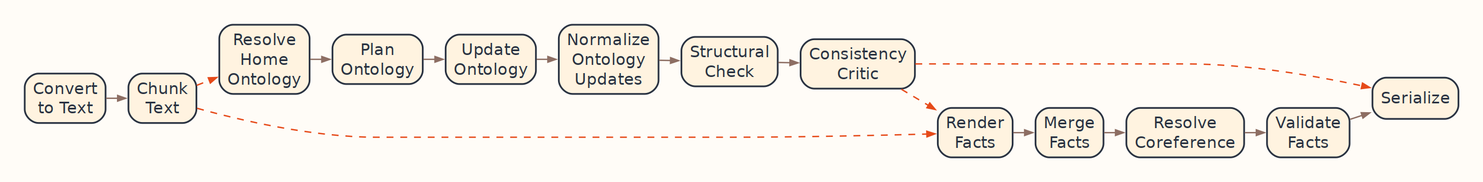
This is docs/assets/graph.lr.png from growgraph/ontocast, a Mermaid export, as it was before one commit. Its source is kept beside it as docs/assets/graph.mmd. Source of this version:
```mermaid
---
config:
  flowchart:
    curve: linear
    htmlLabels: true
    useMaxWidth: true
  look: handDrawn
  theme: base
  themeVariables:
    fontFamily: '''Architects Daughter'', cursive'
    fontSize: 20px
    lineColor: '#FFAB91'
    primaryBorderColor: '#143642'
    primaryColor: '#FFF3E0'
    primaryTextColor: '#372237'
---
graph TD;
	__start__([<p>__start__</p>]):::first
	Convert\20to\20Text(Convert to Text)
	Chunk\20Text(Chunk Text)
	Resolve\20Home\20Ontology(Resolve Home Ontology)
	Plan\20Ontology(Plan Ontology)
	Update\20Ontology(Update Ontology)
	Normalize\20Ontology\20Updates(Normalize Ontology Updates)
	Render\20Facts(Render Facts)
	Merge\20Facts(Merge Facts)
	Resolve\20Coreference(Resolve Coreference)
	Validate\20Facts(Validate Facts)
	Structural\20Check(Structural Check)
	Consistency\20Critic(Consistency Critic)
	Serialize(Serialize)
	__end__([<p>__end__</p>]):::last
	Chunk\20Text -.-> Render\20Facts;
	Chunk\20Text -.-> Resolve\20Home\20Ontology;
	Consistency\20Critic -.-> Render\20Facts;
	Consistency\20Critic -.-> Serialize;
	Convert\20to\20Text --> Chunk\20Text;
	Merge\20Facts --> Resolve\20Coreference;
	Normalize\20Ontology\20Updates --> Structural\20Check;
	Plan\20Ontology --> Update\20Ontology;
	Render\20Facts --> Merge\20Facts;
	Resolve\20Coreference --> Validate\20Facts;
	Resolve\20Home\20Ontology --> Plan\20Ontology;
	Structural\20Check --> Consistency\20Critic;
	Update\20Ontology --> Normalize\20Ontology\20Updates;
	Validate\20Facts --> Serialize;
	__start__ --> Convert\20to\20Text;
	Serialize --> __end__;
	classDef default fill:#f2f0ff,line-height:1.2
	classDef first fill-opacity:0
	classDef last fill:#bfb6fc
```
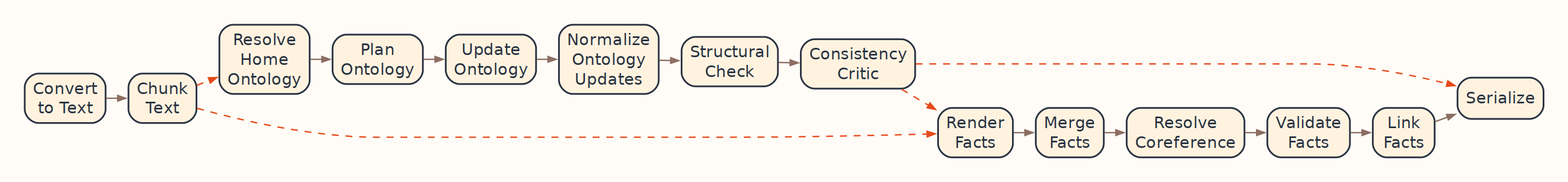
After the commit.

Change to the diagram source:
```diff
@@ -26,6 +26,7 @@
 	Merge\20Facts(Merge Facts)
 	Resolve\20Coreference(Resolve Coreference)
 	Validate\20Facts(Validate Facts)
+	Link\20Facts(Link Facts)
 	Structural\20Check(Structural Check)
 	Consistency\20Critic(Consistency Critic)
 	Serialize(Serialize)
@@ -35,6 +36,7 @@
 	Consistency\20Critic -.-> Render\20Facts;
 	Consistency\20Critic -.-> Serialize;
 	Convert\20to\20Text --> Chunk\20Text;
+	Link\20Facts --> Serialize;
 	Merge\20Facts --> Resolve\20Coreference;
 	Normalize\20Ontology\20Updates --> Structural\20Check;
 	Plan\20Ontology --> Update\20Ontology;
@@ -43,7 +45,7 @@
 	Resolve\20Home\20Ontology --> Plan\20Ontology;
 	Structural\20Check --> Consistency\20Critic;
 	Update\20Ontology --> Normalize\20Ontology\20Updates;
-	Validate\20Facts --> Serialize;
+	Validate\20Facts --> Link\20Facts;
 	__start__ --> Convert\20to\20Text;
 	Serialize --> __end__;
 	classDef default fill:#f2f0ff,line-height:1.2
```
